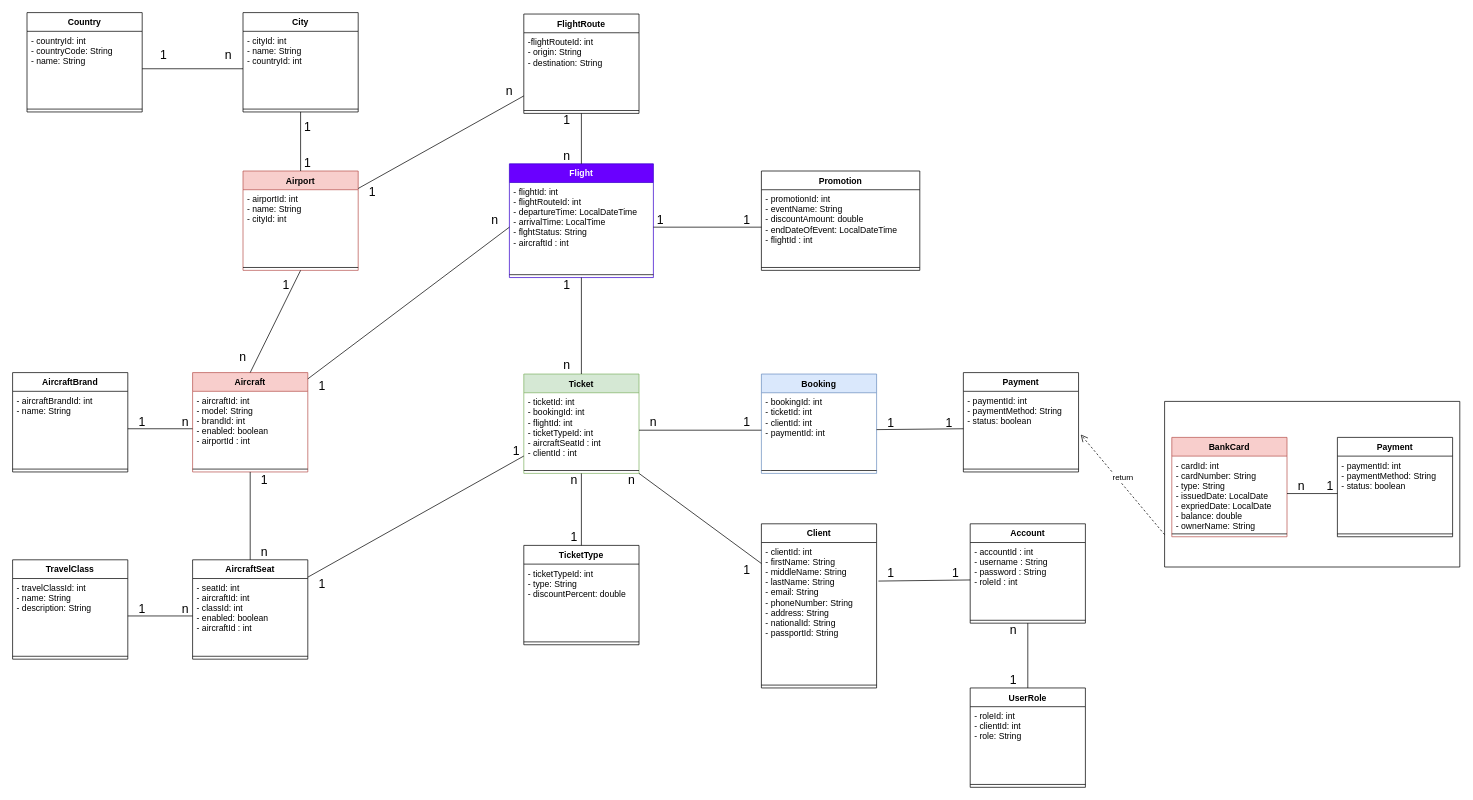
This is page "Page-3" (3 of 4) of Design (1).drawio from Minh-Huy-FlightBooking/flightbookingsystem, a draw.io file, before an edit. Source tidied: cells renumbered, new cells numbered last; positions are measured from the earlier drawing's top-left corner, leaving out a move shared by most shapes. Both pictures are drawn from the tidied source at 72%, with x=0, y=0 at pixel (12, 12).
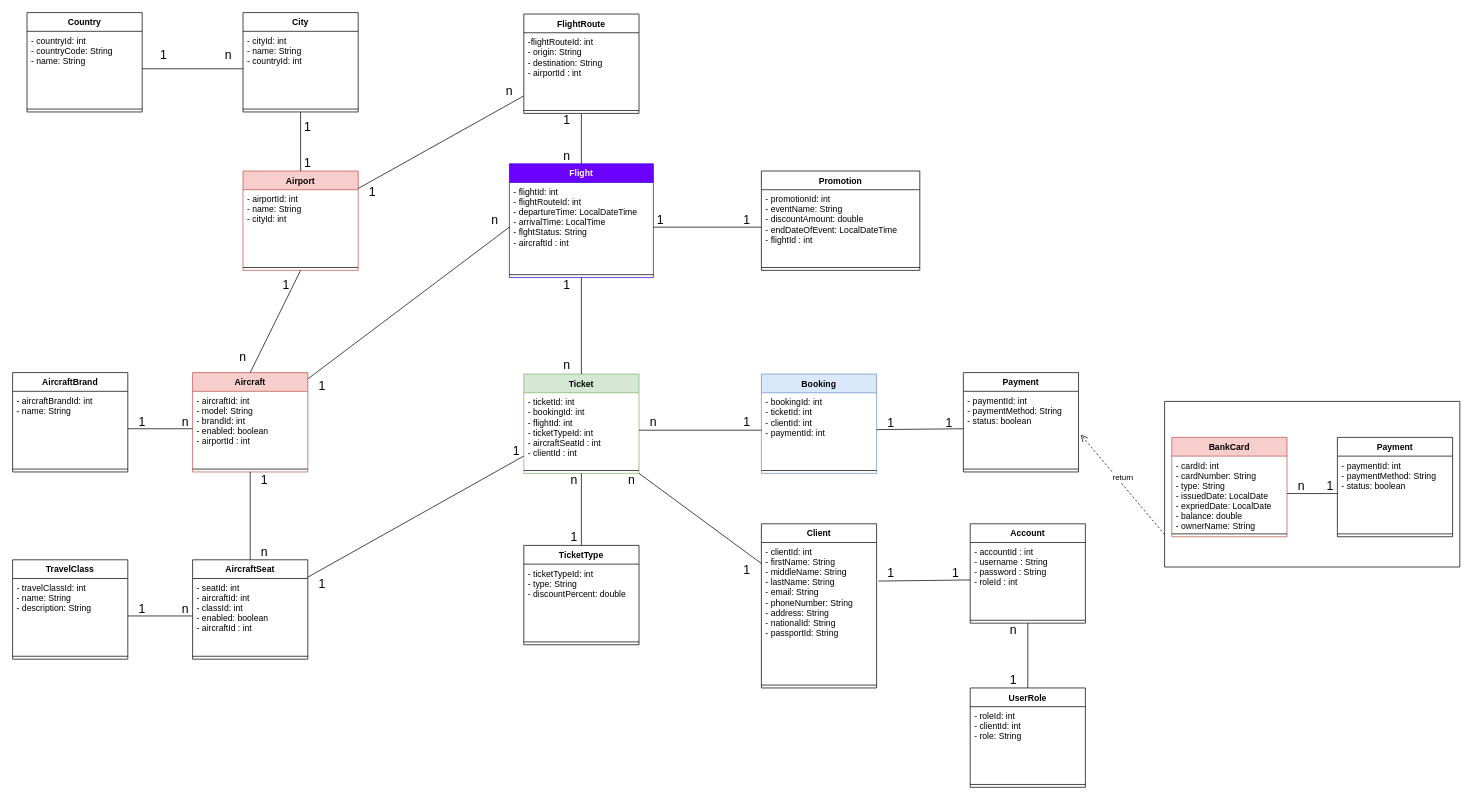
After the change.

The change refers to these unchanged cells:
```xml
<mxCell id="38" value="FlightRoute" style="swimlane;fontStyle=1;align=center;verticalAlign=top;horizontal=1;startSize=26;" parent="1" vertex="1">
  <mxGeometry x="710" y="2" width="160" height="138" as="geometry" />
</mxCell>
```

Change to the diagram source:
```diff
@@
-    <mxCell id="39" value="-flightRouteId: int&#10;- origin: String&#10;- destination: String&#10;&#10;" style="text;strokeColor=none;fillColor=none;align=left;verticalAlign=top;spacingLeft=4;spacingRight=4;overflow=hidden;" parent="38" vertex="1">
+    <mxCell id="39" value="-flightRouteId: int&#10;- origin: String&#10;- destination: String&#10;- airportId : int&#10;&#10;" style="text;strokeColor=none;fillColor=none;align=left;verticalAlign=top;spacingLeft=4;spacingRight=4;overflow=hidden;" parent="38" vertex="1">
       <mxGeometry y="26" width="160" height="104" as="geometry" />
     </mxCell>
```
